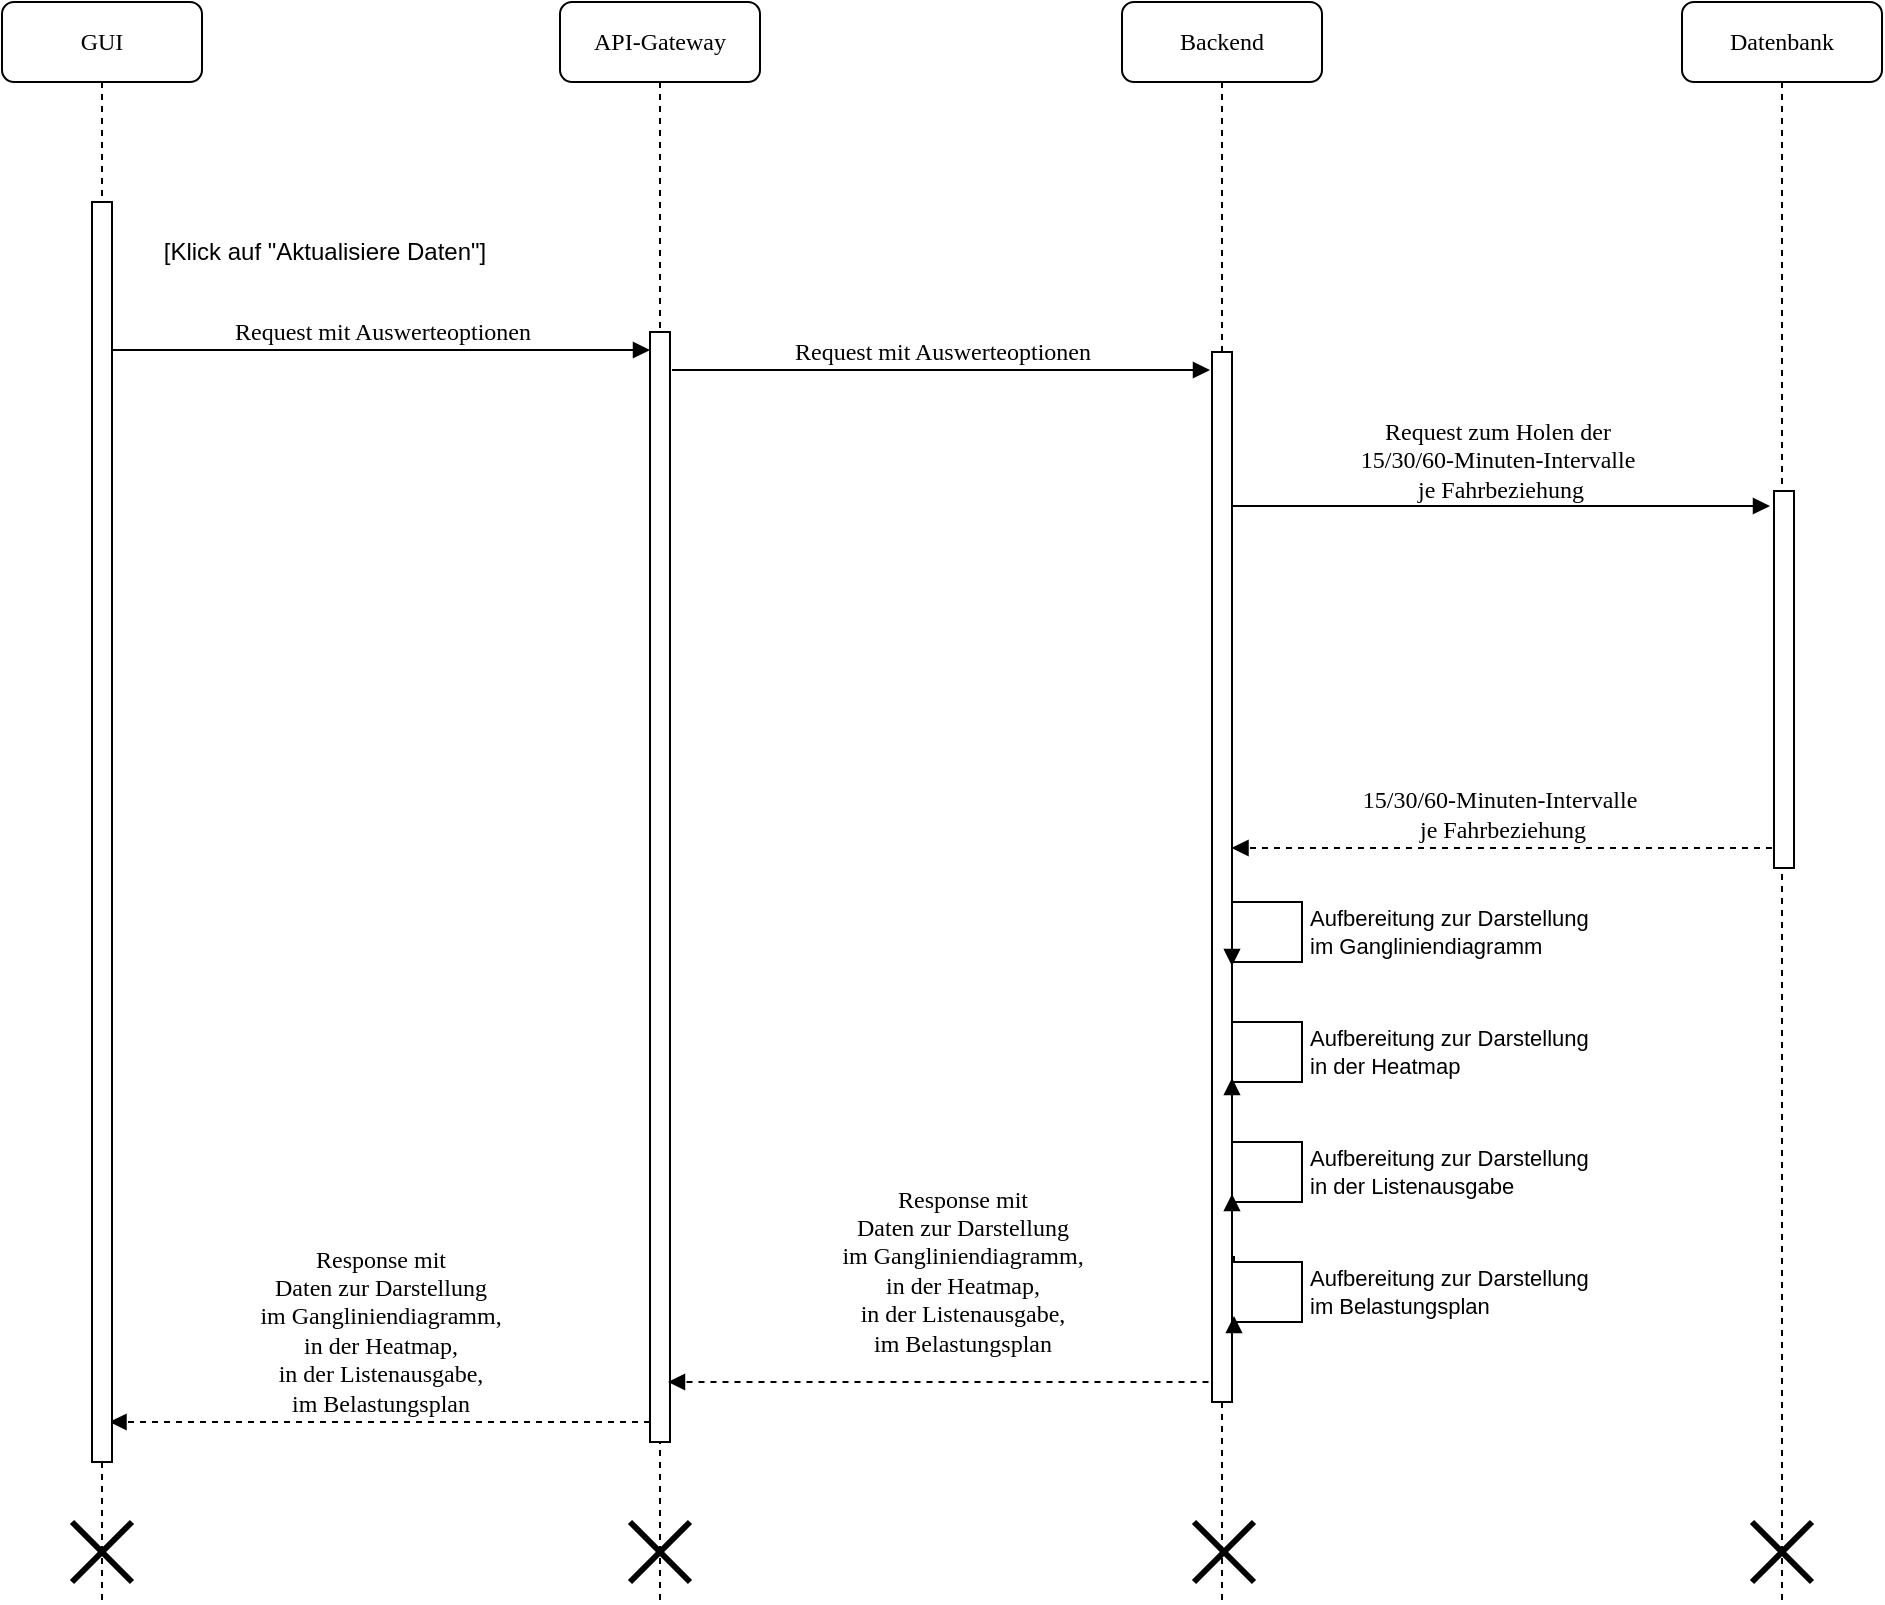
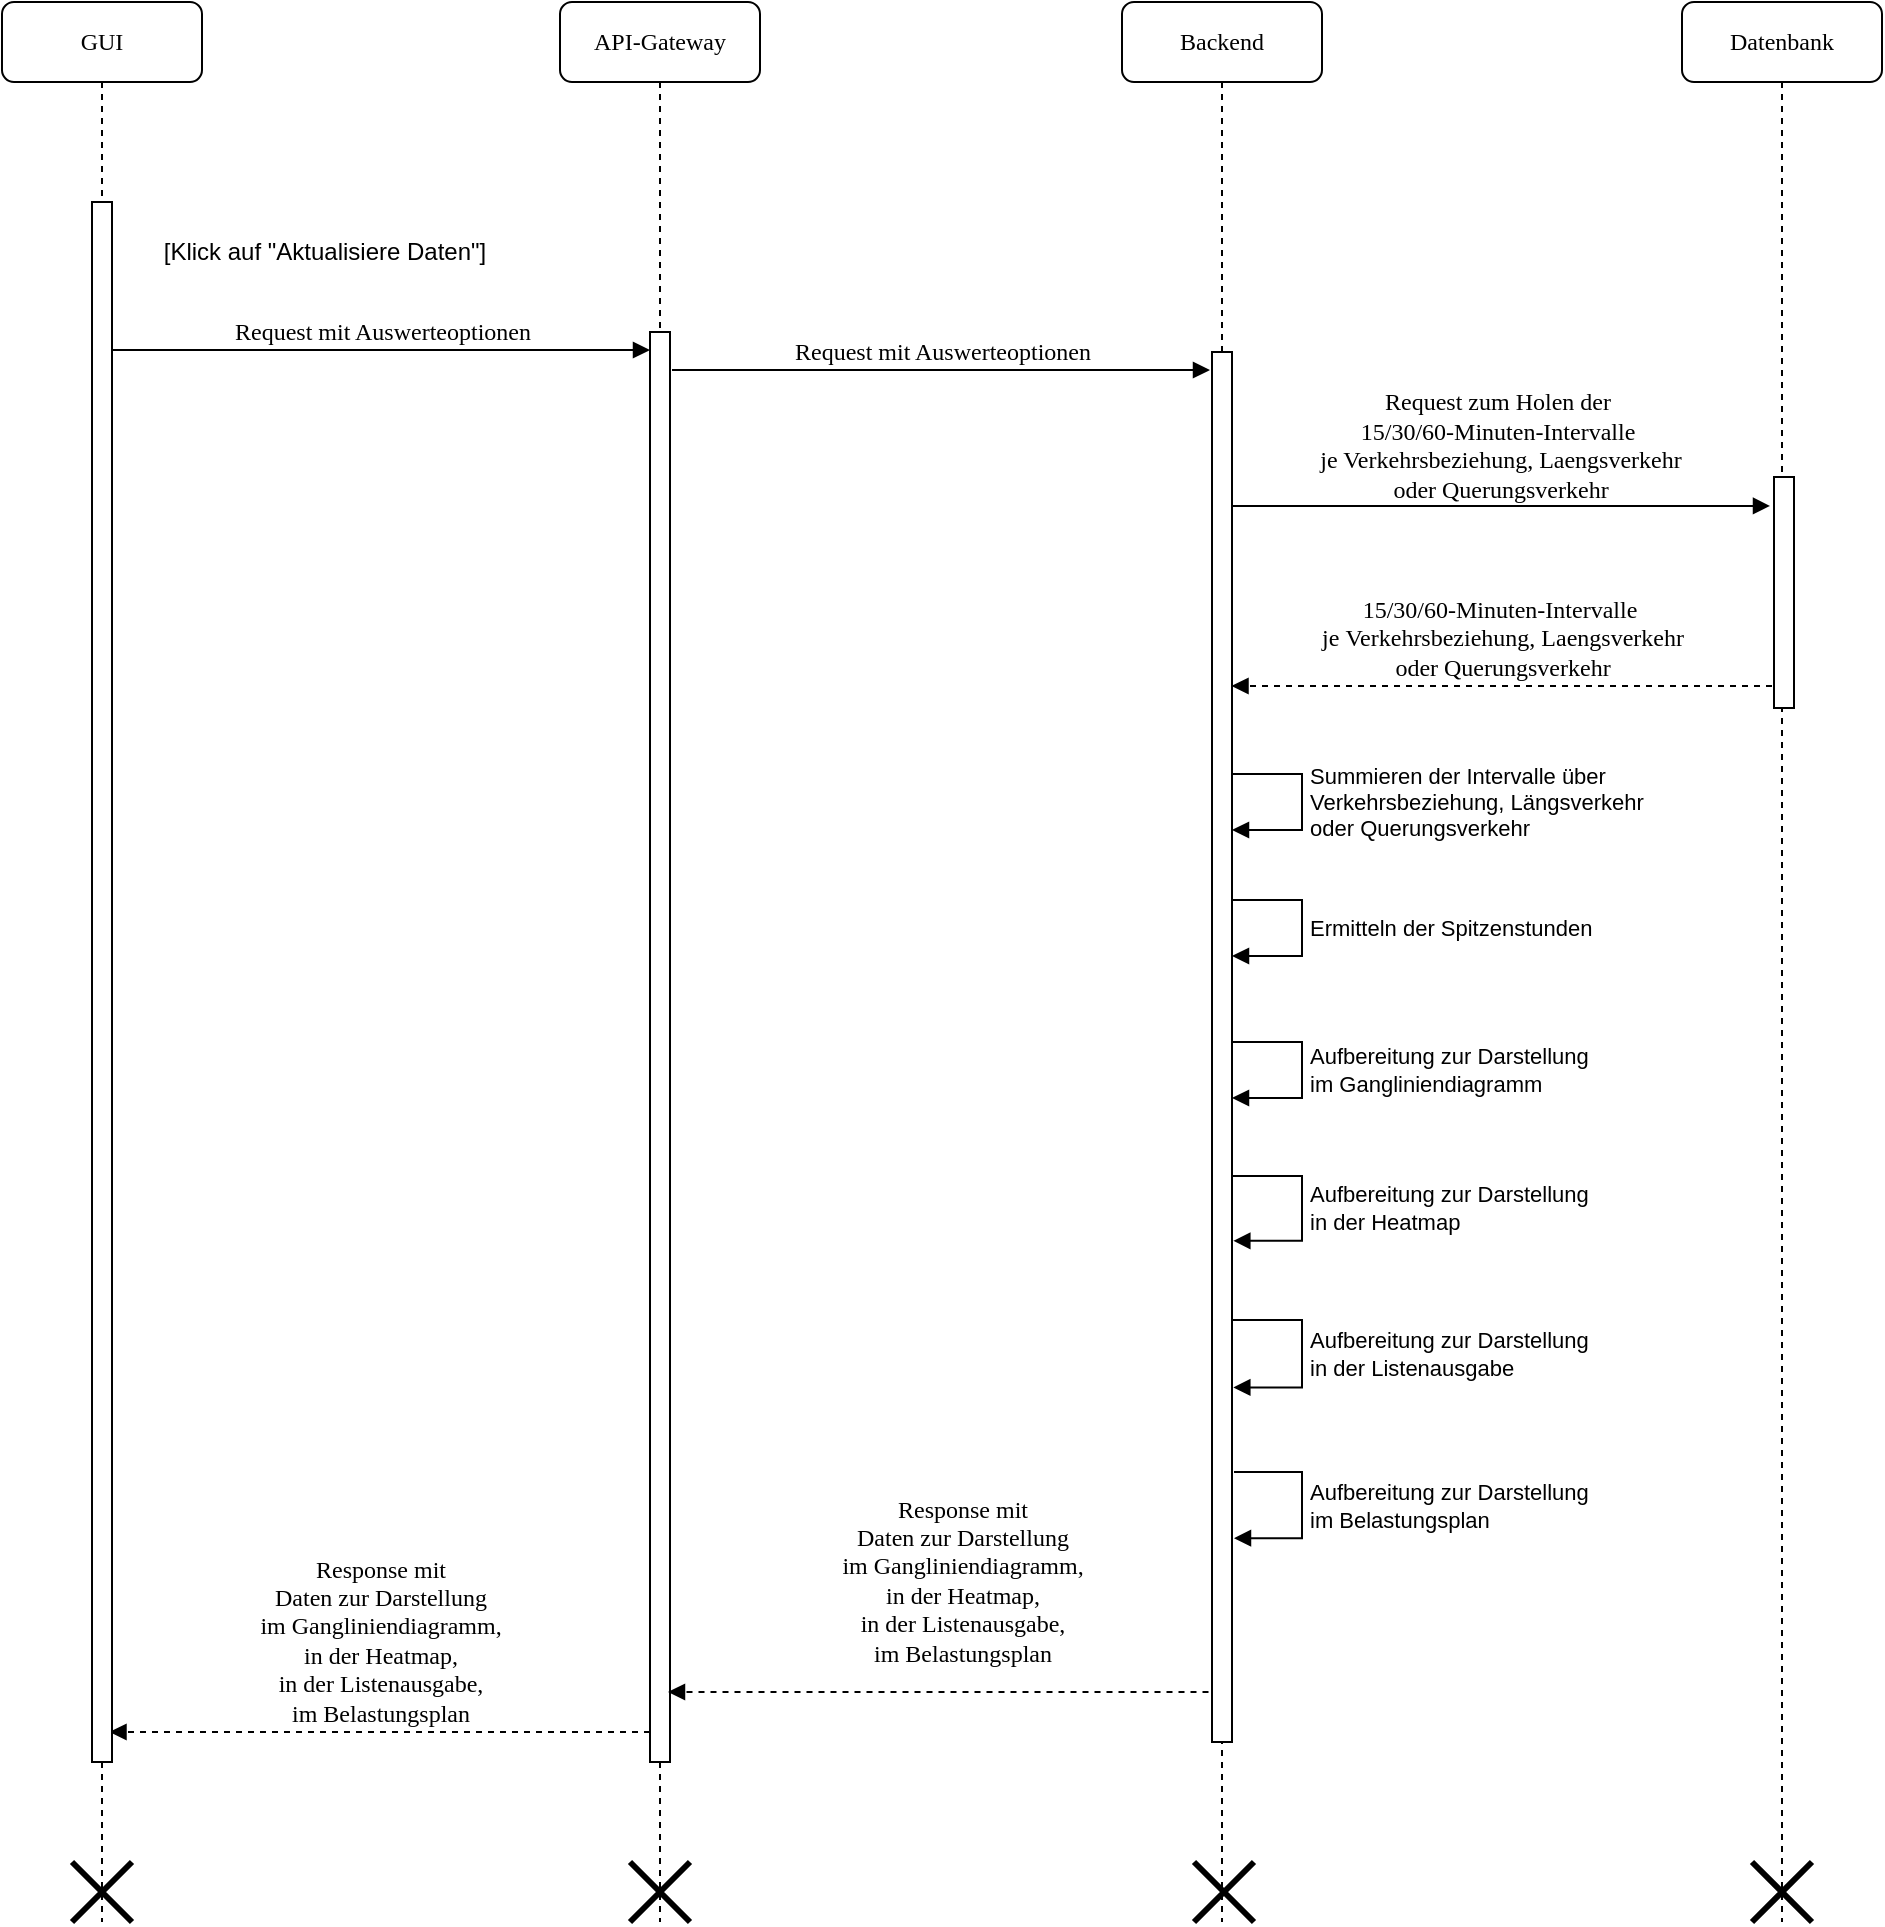
<mxfile host="Electron" agent="Mozilla/5.0 (Windows NT 10.0; Win64; x64) AppleWebKit/537.36 (KHTML, like Gecko) draw.io/27.0.5 Chrome/134.0.6998.205 Electron/35.3.0 Safari/537.36" version="27.0.5">
  <diagram name="Seite-1" id="bGcENvx-rqWKhTurmv1m">
-     <mxGraphModel dx="1426" dy="889" grid="1" gridSize="10" guides="1" tooltips="1" connect="1" arrows="1" fold="1" page="1" pageScale="1" pageWidth="827" pageHeight="1169" math="0" shadow="0">
+     <mxGraphModel dx="1281" dy="770" grid="1" gridSize="10" guides="1" tooltips="1" connect="1" arrows="1" fold="1" page="1" pageScale="1" pageWidth="827" pageHeight="1169" math="0" shadow="0">
      <root>
        <mxCell id="0" />
        <mxCell id="1" parent="0" />
        <mxCell id="ue7t5pKXN6XHKBtUqyQd-2" value="API-Gateway" style="shape=umlLifeline;perimeter=lifelinePerimeter;whiteSpace=wrap;html=1;container=1;collapsible=0;recursiveResize=0;outlineConnect=0;rounded=1;shadow=0;comic=0;labelBackgroundColor=none;strokeWidth=1;fontFamily=Verdana;fontSize=12;align=center;" parent="1" vertex="1">
-           <mxGeometry x="389" y="80" width="100" height="800" as="geometry" />
+           <mxGeometry x="389" y="80" width="100" height="960" as="geometry" />
        </mxCell>
        <mxCell id="ue7t5pKXN6XHKBtUqyQd-3" value="" style="html=1;points=[];perimeter=orthogonalPerimeter;rounded=0;shadow=0;comic=0;labelBackgroundColor=none;strokeWidth=1;fontFamily=Verdana;fontSize=12;align=center;" parent="ue7t5pKXN6XHKBtUqyQd-2" vertex="1">
-           <mxGeometry x="45" y="165" width="10" height="555" as="geometry" />
+           <mxGeometry x="45" y="165" width="10" height="715" as="geometry" />
        </mxCell>
        <mxCell id="ue7t5pKXN6XHKBtUqyQd-146" value="Response mit&lt;div&gt;Daten zur Darstellung&lt;/div&gt;&lt;div&gt;im Gangliniendiagramm,&lt;/div&gt;&lt;div&gt;in der Heatmap,&lt;/div&gt;&lt;div&gt;in der Listenausgabe,&lt;/div&gt;&lt;div&gt;im Belastungsplan&lt;/div&gt;" style="html=1;verticalAlign=bottom;endArrow=block;labelBackgroundColor=none;fontFamily=Verdana;fontSize=12;edgeStyle=elbowEdgeStyle;elbow=vertical;exitX=0.925;exitY=0.55;exitDx=0;exitDy=0;exitPerimeter=0;dashed=1;" parent="ue7t5pKXN6XHKBtUqyQd-2" edge="1">
          <mxGeometry x="-0.0014" relative="1" as="geometry">
-             <mxPoint x="45" y="710" as="sourcePoint" />
+             <mxPoint x="45" y="865" as="sourcePoint" />
            <mxPoint as="offset" />
-             <mxPoint x="-225.25" y="710" as="targetPoint" />
+             <mxPoint x="-225.25" y="865" as="targetPoint" />
          </mxGeometry>
        </mxCell>
        <mxCell id="ue7t5pKXN6XHKBtUqyQd-148" value="" style="shape=umlDestroy;whiteSpace=wrap;html=1;strokeWidth=3;targetShapes=umlLifeline;" parent="ue7t5pKXN6XHKBtUqyQd-2" vertex="1">
-           <mxGeometry x="35" y="760" width="30" height="30" as="geometry" />
+           <mxGeometry x="35" y="930" width="30" height="30" as="geometry" />
        </mxCell>
        <mxCell id="ue7t5pKXN6XHKBtUqyQd-4" value="Backend" style="shape=umlLifeline;perimeter=lifelinePerimeter;whiteSpace=wrap;html=1;container=1;collapsible=0;recursiveResize=0;outlineConnect=0;rounded=1;shadow=0;comic=0;labelBackgroundColor=none;strokeWidth=1;fontFamily=Verdana;fontSize=12;align=center;" parent="1" vertex="1">
-           <mxGeometry x="670" y="80" width="100" height="800" as="geometry" />
+           <mxGeometry x="670" y="80" width="100" height="960" as="geometry" />
        </mxCell>
        <mxCell id="ue7t5pKXN6XHKBtUqyQd-5" value="" style="html=1;points=[];perimeter=orthogonalPerimeter;rounded=0;shadow=0;comic=0;labelBackgroundColor=none;strokeWidth=1;fontFamily=Verdana;fontSize=12;align=center;" parent="ue7t5pKXN6XHKBtUqyQd-4" vertex="1">
-           <mxGeometry x="45" y="175" width="10" height="525" as="geometry" />
+           <mxGeometry x="45" y="175" width="10" height="695" as="geometry" />
        </mxCell>
        <mxCell id="ue7t5pKXN6XHKBtUqyQd-141" value="Aufbereitung zur Darstellung&lt;div&gt;im Gangliniendiagramm&lt;/div&gt;" style="html=1;align=left;spacingLeft=2;endArrow=block;rounded=0;edgeStyle=orthogonalEdgeStyle;curved=0;rounded=0;" parent="ue7t5pKXN6XHKBtUqyQd-4" edge="1">
          <mxGeometry relative="1" as="geometry">
-             <mxPoint x="55" y="452" as="sourcePoint" />
+             <mxPoint x="55" y="520" as="sourcePoint" />
            <Array as="points">
-               <mxPoint x="90" y="450" />
-               <mxPoint x="90" y="480" />
+               <mxPoint x="90" y="520" />
+               <mxPoint x="90" y="548" />
            </Array>
-             <mxPoint x="55" y="482" as="targetPoint" />
+             <mxPoint x="55" y="548" as="targetPoint" />
          </mxGeometry>
        </mxCell>
-         <mxCell id="ue7t5pKXN6XHKBtUqyQd-142" value="Aufbereitung zur Darstellung&lt;div&gt;in der Heatmap&lt;/div&gt;" style="html=1;align=left;spacingLeft=2;endArrow=block;rounded=0;edgeStyle=orthogonalEdgeStyle;curved=0;rounded=0;" parent="ue7t5pKXN6XHKBtUqyQd-4" edge="1">
+         <mxCell id="ue7t5pKXN6XHKBtUqyQd-142" value="Aufbereitung zur Darstellung&lt;div&gt;in der Heatmap&lt;/div&gt;" style="html=1;align=left;spacingLeft=2;endArrow=block;rounded=0;edgeStyle=orthogonalEdgeStyle;curved=0;rounded=0;entryX=1.067;entryY=0.696;entryDx=0;entryDy=0;entryPerimeter=0;" parent="ue7t5pKXN6XHKBtUqyQd-4" edge="1">
          <mxGeometry relative="1" as="geometry">
-             <mxPoint x="55" y="508" as="sourcePoint" />
+             <mxPoint x="55" y="587" as="sourcePoint" />
            <Array as="points">
-               <mxPoint x="90" y="510" />
-               <mxPoint x="90" y="540" />
+               <mxPoint x="90" y="587" />
+               <mxPoint x="90" y="619" />
            </Array>
-             <mxPoint x="55" y="538" as="targetPoint" />
+             <mxPoint x="55.67000000000007" y="619.4000000000001" as="targetPoint" />
            <mxPoint as="offset" />
          </mxGeometry>
        </mxCell>
        <mxCell id="ue7t5pKXN6XHKBtUqyQd-149" value="" style="shape=umlDestroy;whiteSpace=wrap;html=1;strokeWidth=3;targetShapes=umlLifeline;" parent="ue7t5pKXN6XHKBtUqyQd-4" vertex="1">
-           <mxGeometry x="36" y="760" width="30" height="30" as="geometry" />
+           <mxGeometry x="36" y="930" width="30" height="30" as="geometry" />
        </mxCell>
-         <mxCell id="4kGloQfpvUzO32EQYiot-1" value="Aufbereitung zur Darstellung&lt;div&gt;in der Listenausgabe&lt;/div&gt;" style="html=1;align=left;spacingLeft=2;endArrow=block;rounded=0;edgeStyle=orthogonalEdgeStyle;curved=0;rounded=0;" parent="ue7t5pKXN6XHKBtUqyQd-4" edge="1">
+         <mxCell id="4kGloQfpvUzO32EQYiot-1" value="Aufbereitung zur Darstellung&lt;div&gt;in der Listenausgabe&lt;/div&gt;" style="html=1;align=left;spacingLeft=2;endArrow=block;rounded=0;edgeStyle=orthogonalEdgeStyle;curved=0;rounded=0;entryX=1.067;entryY=0.809;entryDx=0;entryDy=0;entryPerimeter=0;" parent="ue7t5pKXN6XHKBtUqyQd-4" edge="1">
          <mxGeometry relative="1" as="geometry">
-             <mxPoint x="55" y="566" as="sourcePoint" />
+             <mxPoint x="55" y="659" as="sourcePoint" />
            <Array as="points">
-               <mxPoint x="90" y="570" />
-               <mxPoint x="90" y="600" />
+               <mxPoint x="90" y="659" />
+               <mxPoint x="90" y="693" />
            </Array>
-             <mxPoint x="55" y="596" as="targetPoint" />
+             <mxPoint x="55.67000000000007" y="692.7249999999999" as="targetPoint" />
            <mxPoint as="offset" />
          </mxGeometry>
        </mxCell>
        <mxCell id="ue7t5pKXN6XHKBtUqyQd-7" value="Datenbank" style="shape=umlLifeline;perimeter=lifelinePerimeter;whiteSpace=wrap;html=1;container=1;collapsible=0;recursiveResize=0;outlineConnect=0;rounded=1;shadow=0;comic=0;labelBackgroundColor=none;strokeWidth=1;fontFamily=Verdana;fontSize=12;align=center;" parent="1" vertex="1">
-           <mxGeometry x="950" y="80" width="100" height="800" as="geometry" />
+           <mxGeometry x="950" y="80" width="100" height="960" as="geometry" />
        </mxCell>
        <mxCell id="ue7t5pKXN6XHKBtUqyQd-150" value="" style="shape=umlDestroy;whiteSpace=wrap;html=1;strokeWidth=3;targetShapes=umlLifeline;" parent="ue7t5pKXN6XHKBtUqyQd-7" vertex="1">
-           <mxGeometry x="35" y="760" width="30" height="30" as="geometry" />
+           <mxGeometry x="35" y="930" width="30" height="30" as="geometry" />
        </mxCell>
        <mxCell id="ue7t5pKXN6XHKBtUqyQd-8" value="GUI" style="shape=umlLifeline;perimeter=lifelinePerimeter;whiteSpace=wrap;html=1;container=1;collapsible=0;recursiveResize=0;outlineConnect=0;rounded=1;shadow=0;comic=0;labelBackgroundColor=none;strokeWidth=1;fontFamily=Verdana;fontSize=12;align=center;" parent="1" vertex="1">
-           <mxGeometry x="110" y="80" width="100" height="800" as="geometry" />
+           <mxGeometry x="110" y="80" width="100" height="960" as="geometry" />
        </mxCell>
        <mxCell id="ue7t5pKXN6XHKBtUqyQd-10" value="" style="html=1;points=[];perimeter=orthogonalPerimeter;rounded=0;shadow=0;comic=0;labelBackgroundColor=none;strokeWidth=1;fontFamily=Verdana;fontSize=12;align=center;" parent="ue7t5pKXN6XHKBtUqyQd-8" vertex="1">
-           <mxGeometry x="45" y="100" width="10" height="630" as="geometry" />
+           <mxGeometry x="45" y="100" width="10" height="780" as="geometry" />
        </mxCell>
        <mxCell id="ue7t5pKXN6XHKBtUqyQd-147" value="" style="shape=umlDestroy;whiteSpace=wrap;html=1;strokeWidth=3;targetShapes=umlLifeline;" parent="ue7t5pKXN6XHKBtUqyQd-8" vertex="1">
-           <mxGeometry x="35" y="760" width="30" height="30" as="geometry" />
+           <mxGeometry x="35" y="930" width="30" height="30" as="geometry" />
        </mxCell>
        <mxCell id="ue7t5pKXN6XHKBtUqyQd-54" value="Request mit Auswerteoptionen" style="html=1;verticalAlign=bottom;endArrow=block;entryX=0;entryY=0;labelBackgroundColor=none;fontFamily=Verdana;fontSize=12;edgeStyle=elbowEdgeStyle;elbow=vertical;" parent="1" edge="1">
          <mxGeometry relative="1" as="geometry">
            <mxPoint x="165" y="254" as="sourcePoint" />
            <mxPoint as="offset" />
            <mxPoint x="434" y="254" as="targetPoint" />
          </mxGeometry>
        </mxCell>
        <mxCell id="ue7t5pKXN6XHKBtUqyQd-56" value="Request mit Auswerteoptionen" style="html=1;verticalAlign=bottom;endArrow=block;entryX=0;entryY=0;labelBackgroundColor=none;fontFamily=Verdana;fontSize=12;edgeStyle=elbowEdgeStyle;elbow=vertical;" parent="1" edge="1">
          <mxGeometry x="0.0037" relative="1" as="geometry">
            <mxPoint x="445" y="264" as="sourcePoint" />
            <mxPoint as="offset" />
            <mxPoint x="714" y="264" as="targetPoint" />
          </mxGeometry>
        </mxCell>
        <mxCell id="ue7t5pKXN6XHKBtUqyQd-61" value="[Klick auf &quot;Aktualisiere Daten&quot;]" style="text;html=1;strokeColor=none;fillColor=none;align=center;verticalAlign=middle;whiteSpace=wrap;rounded=0;" parent="1" vertex="1">
          <mxGeometry x="176" y="190" width="191" height="30" as="geometry" />
        </mxCell>
-         <mxCell id="ue7t5pKXN6XHKBtUqyQd-133" value="Request zum Holen der&amp;nbsp;&lt;div&gt;15/30/60-Minuten-Intervalle&amp;nbsp;&lt;/div&gt;&lt;div&gt;je Fahrbeziehung&lt;/div&gt;" style="html=1;verticalAlign=bottom;endArrow=block;entryX=0;entryY=0;labelBackgroundColor=none;fontFamily=Verdana;fontSize=12;edgeStyle=elbowEdgeStyle;elbow=vertical;" parent="1" edge="1">
+         <mxCell id="ue7t5pKXN6XHKBtUqyQd-133" value="Request zum Holen der&amp;nbsp;&lt;div&gt;15/30/60-Minuten-Intervalle&amp;nbsp;&lt;/div&gt;&lt;div&gt;je Verkehrsbeziehung, Laengsverkehr&lt;/div&gt;&lt;div&gt;oder Querungsverkehr&lt;/div&gt;" style="html=1;verticalAlign=bottom;endArrow=block;entryX=0;entryY=0;labelBackgroundColor=none;fontFamily=Verdana;fontSize=12;edgeStyle=elbowEdgeStyle;elbow=horizontal;" parent="1" edge="1">
          <mxGeometry x="-0.0039" y="-1" relative="1" as="geometry">
            <mxPoint x="725" y="331.97" as="sourcePoint" />
            <mxPoint as="offset" />
            <mxPoint x="994" y="331.97" as="targetPoint" />
          </mxGeometry>
        </mxCell>
        <mxCell id="ue7t5pKXN6XHKBtUqyQd-137" value="" style="html=1;points=[];perimeter=orthogonalPerimeter;rounded=0;shadow=0;comic=0;labelBackgroundColor=none;strokeWidth=1;fontFamily=Verdana;fontSize=12;align=center;" parent="1" vertex="1">
-           <mxGeometry x="996" y="324.5" width="10" height="188.5" as="geometry" />
+           <mxGeometry x="996" y="317.5" width="10" height="115.5" as="geometry" />
        </mxCell>
-         <mxCell id="ue7t5pKXN6XHKBtUqyQd-144" value="&lt;div&gt;15/30/60-Minuten-Intervalle&amp;nbsp;&lt;/div&gt;&lt;div&gt;je Fahrbeziehung&lt;/div&gt;" style="html=1;verticalAlign=bottom;endArrow=block;labelBackgroundColor=none;fontFamily=Verdana;fontSize=12;edgeStyle=elbowEdgeStyle;elbow=vertical;exitX=0.925;exitY=0.55;exitDx=0;exitDy=0;exitPerimeter=0;dashed=1;" parent="1" edge="1">
+         <mxCell id="ue7t5pKXN6XHKBtUqyQd-144" value="&lt;div&gt;15/30/60-Minuten-Intervalle&amp;nbsp;&lt;/div&gt;&lt;div&gt;je&amp;nbsp;&lt;span style=&quot;background-color: transparent; color: light-dark(rgb(0, 0, 0), rgb(255, 255, 255));&quot;&gt;Verkehrsbeziehung, Laengsverkehr&lt;/span&gt;&lt;/div&gt;&lt;div&gt;oder Querungsverkehr&lt;/div&gt;" style="html=1;verticalAlign=bottom;endArrow=block;labelBackgroundColor=none;fontFamily=Verdana;fontSize=12;edgeStyle=elbowEdgeStyle;elbow=vertical;exitX=0.925;exitY=0.55;exitDx=0;exitDy=0;exitPerimeter=0;dashed=1;" parent="1" edge="1">
          <mxGeometry x="-0.0014" relative="1" as="geometry">
-             <mxPoint x="995" y="503" as="sourcePoint" />
+             <mxPoint x="995" y="422" as="sourcePoint" />
            <mxPoint as="offset" />
-             <mxPoint x="724.75" y="503" as="targetPoint" />
+             <mxPoint x="724.75" y="422" as="targetPoint" />
          </mxGeometry>
        </mxCell>
        <mxCell id="ue7t5pKXN6XHKBtUqyQd-145" value="Response mit&lt;div&gt;Daten zur Darstellung&lt;/div&gt;&lt;div&gt;im Gangliniendiagramm,&lt;/div&gt;&lt;div&gt;in der Heatmap,&lt;/div&gt;&lt;div&gt;in der Listenausgabe,&lt;/div&gt;&lt;div&gt;im Belastungsplan&lt;/div&gt;" style="html=1;verticalAlign=bottom;endArrow=block;labelBackgroundColor=none;fontFamily=Verdana;fontSize=12;edgeStyle=elbowEdgeStyle;elbow=vertical;exitX=0.925;exitY=0.55;exitDx=0;exitDy=0;exitPerimeter=0;dashed=1;" parent="1" edge="1">
          <mxGeometry x="-0.0879" y="-10" relative="1" as="geometry">
-             <mxPoint x="713.25" y="770" as="sourcePoint" />
+             <mxPoint x="713.25" y="925" as="sourcePoint" />
            <mxPoint as="offset" />
-             <mxPoint x="443" y="770" as="targetPoint" />
+             <mxPoint x="443" y="925" as="targetPoint" />
          </mxGeometry>
        </mxCell>
-         <mxCell id="4kGloQfpvUzO32EQYiot-2" value="Aufbereitung zur Darstellung&lt;div&gt;im Belastungsplan&lt;/div&gt;" style="html=1;align=left;spacingLeft=2;endArrow=block;rounded=0;edgeStyle=orthogonalEdgeStyle;curved=0;rounded=0;" parent="1" edge="1">
+         <mxCell id="4kGloQfpvUzO32EQYiot-2" value="Aufbereitung zur Darstellung&lt;div&gt;im Belastungsplan&lt;/div&gt;" style="html=1;align=left;spacingLeft=2;endArrow=block;rounded=0;edgeStyle=orthogonalEdgeStyle;curved=0;rounded=0;entryX=1.1;entryY=0.924;entryDx=0;entryDy=0;entryPerimeter=0;" parent="1" edge="1">
          <mxGeometry relative="1" as="geometry">
-             <mxPoint x="726" y="707" as="sourcePoint" />
+             <mxPoint x="726" y="815" as="sourcePoint" />
            <Array as="points">
-               <mxPoint x="760" y="710" />
-               <mxPoint x="760" y="740" />
+               <mxPoint x="760" y="815" />
+               <mxPoint x="760" y="848" />
            </Array>
-             <mxPoint x="726" y="737" as="targetPoint" />
+             <mxPoint x="726" y="848.0999999999999" as="targetPoint" />
            <mxPoint as="offset" />
+           </mxGeometry>
+         </mxCell>
+         <mxCell id="1jaUOUn_aD1Tk_pqkLqH-1" value="Summieren der Intervalle über&lt;div&gt;Verkehrsbeziehung, Längsverkehr&lt;/div&gt;&lt;div&gt;oder Querungsverkehr&lt;/div&gt;" style="html=1;align=left;spacingLeft=2;endArrow=block;rounded=0;edgeStyle=orthogonalEdgeStyle;curved=0;rounded=0;" parent="1" edge="1">
+           <mxGeometry relative="1" as="geometry">
+             <mxPoint x="725" y="466" as="sourcePoint" />
+             <Array as="points">
+               <mxPoint x="760" y="466" />
+               <mxPoint x="760" y="494" />
+             </Array>
+             <mxPoint x="725" y="494" as="targetPoint" />
+           </mxGeometry>
+         </mxCell>
+         <mxCell id="1jaUOUn_aD1Tk_pqkLqH-3" value="Ermitteln der Spitzenstunden" style="html=1;align=left;spacingLeft=2;endArrow=block;rounded=0;edgeStyle=orthogonalEdgeStyle;curved=0;rounded=0;" parent="1" edge="1">
+           <mxGeometry relative="1" as="geometry">
+             <mxPoint x="725" y="529" as="sourcePoint" />
+             <Array as="points">
+               <mxPoint x="760" y="529" />
+               <mxPoint x="760" y="557" />
+             </Array>
+             <mxPoint x="725" y="557" as="targetPoint" />
          </mxGeometry>
        </mxCell>
      </root>
    </mxGraphModel>
  </diagram>
</mxfile>
